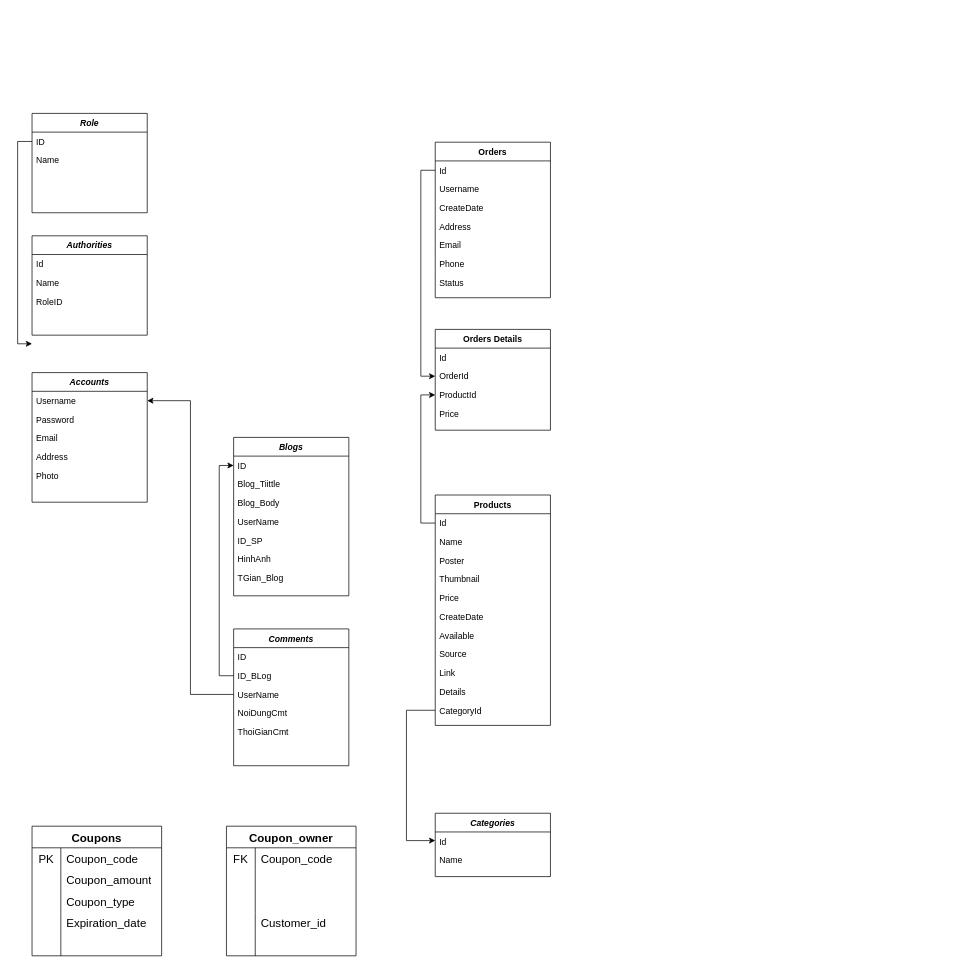
This is DATN_Document/Biểu đồ không có tiêu đề.drawio from khanhnh2420/DATN-GameVH-Store, a draw.io file, before an edit. Source tidied: cells renumbered, new cells numbered last; positions are measured from the earlier drawing's top-left corner, leaving out a move shared by most shapes. Both pictures are drawn from the tidied source at 72%, with x=0, y=0 at pixel (17, 113).
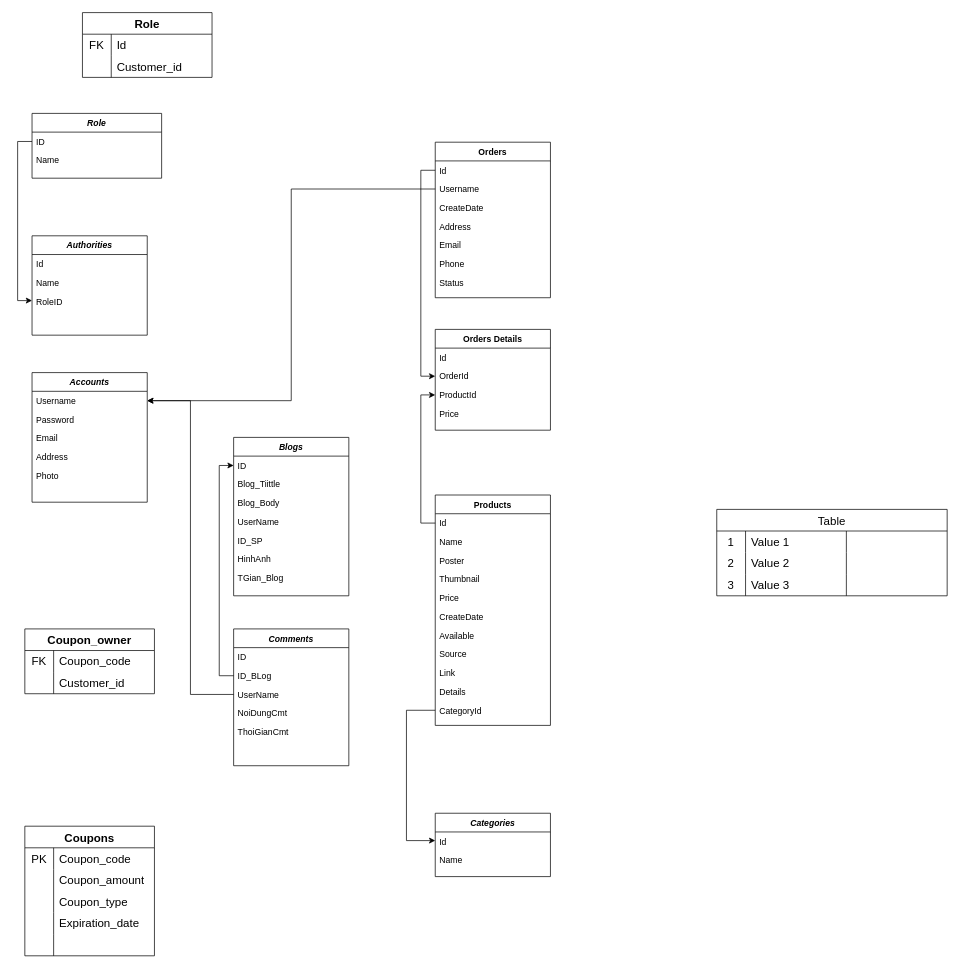
The same page after the edit.

Commit message:
Cập nhật Biểu đồ không có tiêu đề.drawio

Unchanged cells that the change refers to:
```xml
<mxCell id="3" value="Username" style="text;align=left;verticalAlign=top;spacingLeft=4;spacingRight=4;overflow=hidden;points=[[0,0.5],[1,0.5]];portConstraint=eastwest;" parent="2" vertex="1">
  <mxGeometry y="26" width="160" height="26" as="geometry" />
</mxCell>
<mxCell id="21" value="Id" style="text;align=left;verticalAlign=top;spacingLeft=4;spacingRight=4;overflow=hidden;points=[[0,0.5],[1,0.5]];portConstraint=eastwest;" parent="20" vertex="1">
  <mxGeometry y="26" width="160" height="26" as="geometry" />
</mxCell>
<mxCell id="22" value="Username" style="text;align=left;verticalAlign=top;spacingLeft=4;spacingRight=4;overflow=hidden;points=[[0,0.5],[1,0.5]];portConstraint=eastwest;rounded=0;shadow=0;html=0;" parent="20" vertex="1">
  <mxGeometry y="52" width="160" height="26" as="geometry" />
</mxCell>
<mxCell id="30" value="OrderId" style="text;align=left;verticalAlign=top;spacingLeft=4;spacingRight=4;overflow=hidden;points=[[0,0.5],[1,0.5]];portConstraint=eastwest;rounded=0;shadow=0;html=0;" parent="28" vertex="1">
  <mxGeometry y="52" width="160" height="26" as="geometry" />
</mxCell>
```

What changed in the source:
```diff
@@
     <mxCell id="37" value="Role" style="swimlane;fontStyle=3;align=center;verticalAlign=top;horizontal=1;startSize=26;rounded=0;shadow=0;strokeWidth=1;" parent="1" vertex="1">
-      <mxGeometry x="20" width="160" height="138" as="geometry" />
+      <mxGeometry x="20" width="180" height="90" as="geometry" />
     </mxCell>
-    <mxCell id="38" style="edgeStyle=orthogonalEdgeStyle;rounded=0;jettySize=auto;html=1;" parent="37" edge="1" source="39">
-      <mxGeometry relative="1" as="geometry">
-        <mxPoint y="320" as="targetPoint" />
-        <Array as="points">
-          <mxPoint x="-20" y="39" />
-          <mxPoint x="-20" y="320" />
-        </Array>
-      </mxGeometry>
-    </mxCell>
+    <mxCell id="95" style="edgeStyle=orthogonalEdgeStyle;rounded=0;jettySize=auto;html=1;" parent="37" edge="1" source="39">
+      <mxGeometry relative="1" as="geometry">
+        <mxPoint y="260" as="targetPoint" />
+        <Array as="points">
+          <mxPoint x="-20" y="39" />
+          <mxPoint x="-20" y="260" />
+        </Array>
+      </mxGeometry>
+    </mxCell>
     <mxCell id="39" value="ID" style="text;align=left;verticalAlign=top;spacingLeft=4;spacingRight=4;overflow=hidden;points=[[0,0.5],[1,0.5]];portConstraint=eastwest;rounded=0;shadow=0;html=0;" parent="37" vertex="1">
-      <mxGeometry y="26" width="160" height="26" as="geometry" />
+      <mxGeometry y="26" width="180" height="26" as="geometry" />
     </mxCell>
     <mxCell id="40" value="Name" style="text;align=left;verticalAlign=top;spacingLeft=4;spacingRight=4;overflow=hidden;" parent="37" vertex="1">
-      <mxGeometry y="52" width="160" height="26" as="geometry" />
+      <mxGeometry y="52" width="180" height="26" as="geometry" />
     </mxCell>
@@
     <mxCell id="58" value="Coupons" style="shape=table;startSize=30;childLayout=tableLayout;rowLines=0;fontStyle=1;strokeColor=default;fontSize=16;" parent="1" vertex="1">
-      <mxGeometry x="20" y="990" width="180" height="180" as="geometry" />
+      <mxGeometry x="10" y="990" width="180" height="180" as="geometry" />
     </mxCell>
@@
     <mxCell id="74" value="Coupon_owner" style="shape=table;startSize=30;childLayout=tableLayout;rowLines=0;fontStyle=1;strokeColor=default;fontSize=16;" parent="1" vertex="1">
-      <mxGeometry x="290" y="990" width="180" height="180" as="geometry" />
+      <mxGeometry x="10" y="716" width="180" height="90" as="geometry" />
     </mxCell>
@@
-    <mxCell id="78" style="shape=tableRow;horizontal=0;startSize=0;swimlaneHead=0;swimlaneBody=0;top=0;left=0;bottom=0;right=0;fillColor=none;strokeColor=inherit;fontSize=16;" parent="74" vertex="1">
-      <mxGeometry y="60" width="180" height="30" as="geometry" />
-    </mxCell>
-    <mxCell id="79" style="shape=partialRectangle;html=1;whiteSpace=wrap;fillColor=none;top=0;left=0;bottom=0;right=0;overflow=hidden;strokeColor=inherit;fontSize=16;" parent="78" vertex="1">
-      <mxGeometry width="40" height="30" as="geometry" />
-    </mxCell>
-    <mxCell id="80" style="shape=partialRectangle;html=1;whiteSpace=wrap;fillColor=none;top=0;left=0;bottom=0;right=0;align=left;spacingLeft=6;overflow=hidden;strokeColor=inherit;fontSize=16;" parent="78" vertex="1">
-      <mxGeometry x="40" width="140" height="30" as="geometry" />
-    </mxCell>
-    <mxCell id="81" style="shape=tableRow;horizontal=0;startSize=0;swimlaneHead=0;swimlaneBody=0;top=0;left=0;bottom=0;right=0;fillColor=none;strokeColor=inherit;fontSize=16;" parent="74" vertex="1">
-      <mxGeometry y="90" width="180" height="30" as="geometry" />
-    </mxCell>
-    <mxCell id="82" style="shape=partialRectangle;html=1;whiteSpace=wrap;fillColor=none;top=0;left=0;bottom=0;right=0;overflow=hidden;strokeColor=inherit;fontSize=16;" parent="81" vertex="1">
-      <mxGeometry width="40" height="30" as="geometry" />
-    </mxCell>
-    <mxCell id="83" style="shape=partialRectangle;html=1;whiteSpace=wrap;fillColor=none;top=0;left=0;bottom=0;right=0;align=left;spacingLeft=6;overflow=hidden;strokeColor=inherit;fontSize=16;" parent="81" vertex="1">
-      <mxGeometry x="40" width="140" height="30" as="geometry" />
-    </mxCell>
     <mxCell id="84" style="shape=tableRow;horizontal=0;startSize=0;swimlaneHead=0;swimlaneBody=0;top=0;left=0;bottom=0;right=0;fillColor=none;strokeColor=inherit;fontSize=16;" parent="74" vertex="1">
-      <mxGeometry y="120" width="180" height="30" as="geometry" />
+      <mxGeometry y="60" width="180" height="30" as="geometry" />
     </mxCell>
@@
-    <mxCell id="87" style="shape=tableRow;horizontal=0;startSize=0;swimlaneHead=0;swimlaneBody=0;top=0;left=0;bottom=0;right=0;fillColor=none;strokeColor=inherit;fontSize=16;" parent="74" vertex="1">
-      <mxGeometry y="150" width="180" height="30" as="geometry" />
-    </mxCell>
-    <mxCell id="88" style="shape=partialRectangle;html=1;whiteSpace=wrap;fillColor=none;top=0;left=0;bottom=0;right=0;overflow=hidden;strokeColor=inherit;fontSize=16;" parent="87" vertex="1">
-      <mxGeometry width="40" height="30" as="geometry" />
-    </mxCell>
-    <mxCell id="89" style="shape=partialRectangle;html=1;whiteSpace=wrap;fillColor=none;top=0;left=0;bottom=0;right=0;align=left;spacingLeft=6;overflow=hidden;strokeColor=inherit;fontSize=16;" parent="87" vertex="1">
-      <mxGeometry x="40" width="140" height="30" as="geometry" />
-    </mxCell>
@@
     <mxCell id="94" style="edgeStyle=orthogonalEdgeStyle;rounded=0;jettySize=auto;html=1;entryX=0;entryY=0.5;entryDx=0;entryDy=0;exitX=0;exitY=0.5;exitDx=0;exitDy=0;" parent="1" edge="1" source="21" target="30">
-      <mxGeometry relative="1" as="geometry" />
+      <mxGeometry relative="1" as="geometry">
+        <Array as="points">
+          <mxPoint x="560" y="79" />
+          <mxPoint x="560" y="365" />
+        </Array>
+      </mxGeometry>
     </mxCell>
+    <mxCell id="96" style="edgeStyle=orthogonalEdgeStyle;rounded=0;jettySize=auto;html=1;" parent="1" edge="1" source="22" target="3">
+      <mxGeometry relative="1" as="geometry">
+        <Array as="points">
+          <mxPoint x="380" y="105" />
+          <mxPoint x="380" y="399" />
+        </Array>
+      </mxGeometry>
+    </mxCell>
+    <mxCell id="97" value="Role" style="shape=table;startSize=30;childLayout=tableLayout;rowLines=0;fontStyle=1;strokeColor=default;fontSize=16;" parent="1" vertex="1">
+      <mxGeometry x="90" y="-140" width="180" height="90" as="geometry" />
+    </mxCell>
+    <mxCell id="98" style="shape=tableRow;horizontal=0;startSize=0;swimlaneHead=0;swimlaneBody=0;top=0;left=0;bottom=0;right=0;fillColor=none;strokeColor=inherit;fontSize=16;" parent="97" vertex="1">
+      <mxGeometry y="30" width="180" height="30" as="geometry" />
+    </mxCell>
+    <mxCell id="99" value="FK" style="shape=partialRectangle;html=1;whiteSpace=wrap;fillColor=none;top=0;left=0;bottom=0;right=0;overflow=hidden;strokeColor=inherit;fontSize=16;" parent="98" vertex="1">
+      <mxGeometry width="40" height="30" as="geometry" />
+    </mxCell>
+    <mxCell id="100" value="Id&amp;nbsp;" style="shape=partialRectangle;html=1;whiteSpace=wrap;fillColor=none;top=0;left=0;bottom=0;right=0;align=left;spacingLeft=6;overflow=hidden;strokeColor=inherit;fontSize=16;" parent="98" vertex="1">
+      <mxGeometry x="40" width="140" height="30" as="geometry" />
+    </mxCell>
+    <mxCell id="78" style="shape=tableRow;horizontal=0;startSize=0;swimlaneHead=0;swimlaneBody=0;top=0;left=0;bottom=0;right=0;fillColor=none;strokeColor=inherit;fontSize=16;" parent="97" vertex="1">
+      <mxGeometry y="60" width="180" height="30" as="geometry" />
+    </mxCell>
+    <mxCell id="101" style="shape=partialRectangle;html=1;whiteSpace=wrap;fillColor=none;top=0;left=0;bottom=0;right=0;overflow=hidden;strokeColor=inherit;fontSize=16;" parent="78" vertex="1">
+      <mxGeometry width="40" height="30" as="geometry" />
+    </mxCell>
+    <mxCell id="102" value="Customer_id" style="shape=partialRectangle;html=1;whiteSpace=wrap;fillColor=none;top=0;left=0;bottom=0;right=0;align=left;spacingLeft=6;overflow=hidden;strokeColor=inherit;fontSize=16;" parent="78" vertex="1">
+      <mxGeometry x="40" width="140" height="30" as="geometry" />
+    </mxCell>
+    <mxCell id="103" value="Table" style="shape=table;startSize=30;childLayout=tableLayout;rowLines=0;fontStyle=0;strokeColor=default;fontSize=16;" parent="1" vertex="1">
+      <mxGeometry x="971" y="550" width="320" height="120" as="geometry" />
+    </mxCell>
+    <mxCell id="104" style="shape=tableRow;horizontal=0;startSize=0;swimlaneHead=0;swimlaneBody=0;top=0;left=0;bottom=0;right=0;fillColor=none;strokeColor=inherit;fontSize=16;" parent="103" vertex="1">
+      <mxGeometry y="30" width="320" height="30" as="geometry" />
+    </mxCell>
+    <mxCell id="105" value="1" style="shape=partialRectangle;html=1;whiteSpace=wrap;fillColor=none;top=0;left=0;bottom=0;right=0;overflow=hidden;strokeColor=inherit;fontSize=16;" parent="104" vertex="1">
+      <mxGeometry width="40" height="30" as="geometry" />
+    </mxCell>
+    <mxCell id="106" value="Value 1" style="shape=partialRectangle;html=1;whiteSpace=wrap;fillColor=none;top=0;left=0;bottom=0;right=0;align=left;spacingLeft=6;overflow=hidden;strokeColor=inherit;fontSize=16;" parent="104" vertex="1">
+      <mxGeometry x="40" width="140" height="30" as="geometry" />
+    </mxCell>
+    <mxCell id="107" style="shape=partialRectangle;html=1;whiteSpace=wrap;fillColor=none;top=0;left=0;bottom=0;right=0;align=left;spacingLeft=6;overflow=hidden;strokeColor=inherit;fontSize=16;" parent="104" vertex="1">
+      <mxGeometry x="180" width="140" height="30" as="geometry" />
+    </mxCell>
+    <mxCell id="108" style="shape=tableRow;horizontal=0;startSize=0;swimlaneHead=0;swimlaneBody=0;top=0;left=0;bottom=0;right=0;fillColor=none;strokeColor=inherit;fontSize=16;" parent="103" vertex="1">
+      <mxGeometry y="60" width="320" height="30" as="geometry" />
+    </mxCell>
+    <mxCell id="109" value="2" style="shape=partialRectangle;html=1;whiteSpace=wrap;fillColor=none;top=0;left=0;bottom=0;right=0;overflow=hidden;strokeColor=inherit;fontSize=16;" parent="108" vertex="1">
+      <mxGeometry width="40" height="30" as="geometry" />
+    </mxCell>
+    <mxCell id="110" value="Value 2" style="shape=partialRectangle;html=1;whiteSpace=wrap;fillColor=none;top=0;left=0;bottom=0;right=0;align=left;spacingLeft=6;overflow=hidden;strokeColor=inherit;fontSize=16;" parent="108" vertex="1">
+      <mxGeometry x="40" width="140" height="30" as="geometry" />
+    </mxCell>
+    <mxCell id="111" style="shape=partialRectangle;html=1;whiteSpace=wrap;fillColor=none;top=0;left=0;bottom=0;right=0;align=left;spacingLeft=6;overflow=hidden;strokeColor=inherit;fontSize=16;" parent="108" vertex="1">
+      <mxGeometry x="180" width="140" height="30" as="geometry" />
+    </mxCell>
+    <mxCell id="112" style="shape=tableRow;horizontal=0;startSize=0;swimlaneHead=0;swimlaneBody=0;top=0;left=0;bottom=0;right=0;fillColor=none;strokeColor=inherit;fontSize=16;" parent="103" vertex="1">
+      <mxGeometry y="90" width="320" height="30" as="geometry" />
+    </mxCell>
+    <mxCell id="113" value="3" style="shape=partialRectangle;html=1;whiteSpace=wrap;fillColor=none;top=0;left=0;bottom=0;right=0;overflow=hidden;strokeColor=inherit;fontSize=16;" parent="112" vertex="1">
+      <mxGeometry width="40" height="30" as="geometry" />
+    </mxCell>
+    <mxCell id="114" value="Value 3" style="shape=partialRectangle;html=1;whiteSpace=wrap;fillColor=none;top=0;left=0;bottom=0;right=0;align=left;spacingLeft=6;overflow=hidden;strokeColor=inherit;fontSize=16;" parent="112" vertex="1">
+      <mxGeometry x="40" width="140" height="30" as="geometry" />
+    </mxCell>
+    <mxCell id="115" style="shape=partialRectangle;html=1;whiteSpace=wrap;fillColor=none;top=0;left=0;bottom=0;right=0;align=left;spacingLeft=6;overflow=hidden;strokeColor=inherit;fontSize=16;" parent="112" vertex="1">
+      <mxGeometry x="180" width="140" height="30" as="geometry" />
+    </mxCell>
```
